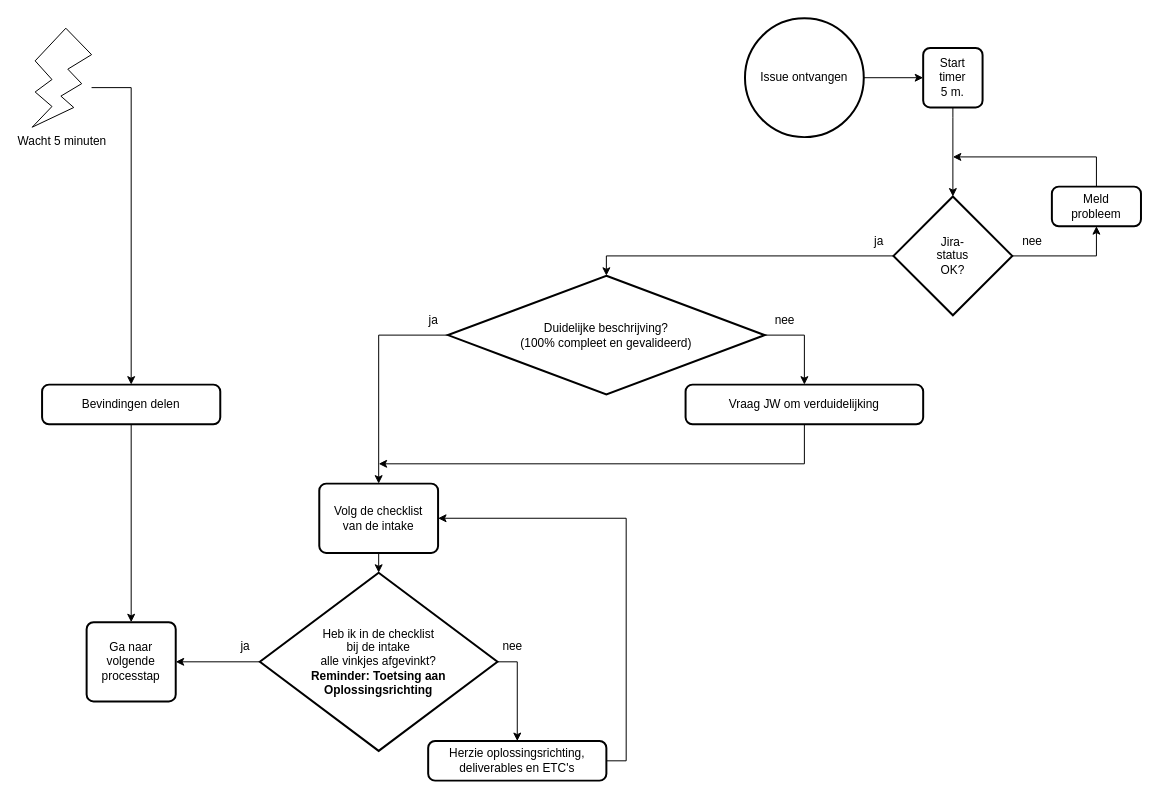
This is 1 Issue Tracker intake.drawio from Zaibatsu89/IssueTracker, a draw.io file, before an edit. Source tidied: cells renumbered, new cells numbered last; positions are measured from the earlier drawing's top-left corner, leaving out a move shared by most shapes. Both pictures are drawn from the tidied source at 99%, with x=0, y=0 at pixel (32, 18).
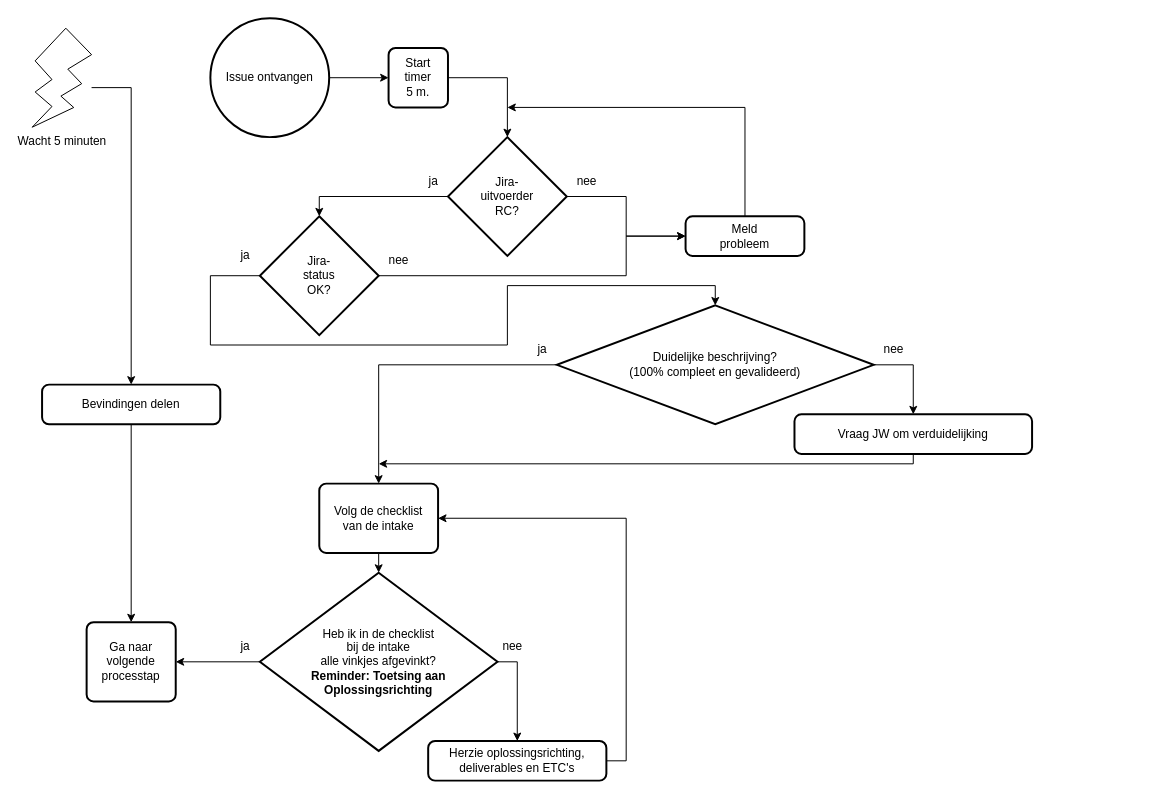
After the change.

Commit message:
Voeg "Jira-uitvoerder RC?" en "Jira-status OK?" of "Meld probleem" toe na "Start timer 5 m." in intake flowchart

The edit, as a diff of the source:
```diff
@@
     <mxCell id="3" value="Issue ontvangen" style="strokeWidth=2;html=1;shape=mxgraph.flowchart.start_2;whiteSpace=wrap;" parent="1" vertex="1">
-      <mxGeometry x="720" width="120" height="120" as="geometry" />
+      <mxGeometry x="180" width="120" height="120" as="geometry" />
     </mxCell>
@@
     <mxCell id="6" value="Duidelijke beschrijving?&lt;br&gt;(100% compleet en gevalideerd)" style="strokeWidth=2;html=1;shape=mxgraph.flowchart.decision;whiteSpace=wrap;" parent="1" vertex="1">
-      <mxGeometry x="420" y="260" width="320" height="120" as="geometry" />
+      <mxGeometry x="530" y="290" width="320" height="120" as="geometry" />
     </mxCell>
-    <mxCell id="7" style="edgeStyle=orthogonalEdgeStyle;rounded=0;jettySize=auto;html=1;" parent="1" edge="1" source="8">
+    <mxCell id="7" style="edgeStyle=orthogonalEdgeStyle;rounded=0;jettySize=auto;html=1;exitX=0.5;exitY=1;exitDx=0;exitDy=0;" parent="1" edge="1" source="8">
       <mxGeometry relative="1" as="geometry">
         <mxPoint x="350" y="450" as="targetPoint" />
         <Array as="points">
-          <mxPoint x="780" y="450" />
-          <mxPoint x="350" y="450" />
+          <mxPoint x="890" y="450" />
         </Array>
       </mxGeometry>
     </mxCell>
     <mxCell id="8" value="Vraag JW om verduidelijking" style="rounded=1;whiteSpace=wrap;html=1;absoluteArcSize=1;arcSize=14;strokeWidth=2;" parent="1" vertex="1">
-      <mxGeometry x="660" y="370" width="240" height="40" as="geometry" />
+      <mxGeometry x="770" y="400" width="240" height="40" as="geometry" />
     </mxCell>
     <mxCell id="9" value="nee" style="text;html=1;align=center;verticalAlign=middle;strokeColor=none;fillColor=none;" parent="1" vertex="1">
-      <mxGeometry x="740" y="290" width="40" height="30" as="geometry" />
+      <mxGeometry x="850" y="320" width="40" height="30" as="geometry" />
     </mxCell>
     <mxCell id="10" value="ja" style="text;html=1;align=center;verticalAlign=middle;strokeColor=none;fillColor=none;" parent="1" vertex="1">
-      <mxGeometry x="390" y="290" width="30" height="30" as="geometry" />
+      <mxGeometry x="500" y="320" width="30" height="30" as="geometry" />
     </mxCell>
@@
-    <mxCell id="25" style="edgeStyle=orthogonalEdgeStyle;rounded=0;jettySize=auto;html=1;exitX=1;exitY=0.5;exitDx=0;exitDy=0;exitPerimeter=0;entryX=0.5;entryY=1;entryDx=0;entryDy=0;" parent="1" edge="1" source="26" target="28">
-      <mxGeometry relative="1" as="geometry" />
+    <mxCell id="25" style="edgeStyle=orthogonalEdgeStyle;rounded=0;jettySize=auto;html=1;exitX=1;exitY=0.5;exitDx=0;exitDy=0;exitPerimeter=0;entryX=0;entryY=0.5;entryDx=0;entryDy=0;" parent="1" edge="1" source="26" target="28">
+      <mxGeometry relative="1" as="geometry">
+        <Array as="points">
+          <mxPoint x="600" y="260" />
+          <mxPoint x="600" y="220" />
+        </Array>
+      </mxGeometry>
     </mxCell>
     <mxCell id="26" value="Jira-&lt;br&gt;status&lt;br&gt;OK?" style="strokeWidth=2;html=1;shape=mxgraph.flowchart.decision;whiteSpace=wrap;" parent="1" vertex="1">
-      <mxGeometry x="870" y="180" width="120" height="120" as="geometry" />
+      <mxGeometry x="230" y="200" width="120" height="120" as="geometry" />
     </mxCell>
-    <mxCell id="27" style="edgeStyle=orthogonalEdgeStyle;rounded=0;jettySize=auto;html=1;exitX=0.5;exitY=0;exitDx=0;exitDy=0;" parent="1" edge="1" source="28">
-      <mxGeometry relative="1" as="geometry">
-        <mxPoint x="930" y="140" as="targetPoint" />
-        <Array as="points">
-          <mxPoint x="1075" y="140" />
-          <mxPoint x="930" y="140" />
-        </Array>
-      </mxGeometry>
-    </mxCell>
+    <mxCell id="35" style="edgeStyle=orthogonalEdgeStyle;rounded=0;jettySize=auto;html=1;exitX=0.5;exitY=0;exitDx=0;exitDy=0;" parent="1" edge="1" source="28">
+      <mxGeometry relative="1" as="geometry">
+        <mxPoint x="480" y="90" as="targetPoint" />
+        <Array as="points">
+          <mxPoint x="720" y="90" />
+        </Array>
+      </mxGeometry>
+    </mxCell>
     <mxCell id="28" value="Meld&lt;br&gt;probleem" style="rounded=1;whiteSpace=wrap;html=1;absoluteArcSize=1;arcSize=14;strokeWidth=2;" parent="1" vertex="1">
-      <mxGeometry x="1030" y="170" width="90" height="40" as="geometry" />
+      <mxGeometry x="660" y="200" width="120" height="40" as="geometry" />
     </mxCell>
     <mxCell id="29" value="nee" style="text;html=1;align=center;verticalAlign=middle;strokeColor=none;fillColor=none;" parent="1" vertex="1">
-      <mxGeometry x="990" y="210" width="40" height="30" as="geometry" />
+      <mxGeometry x="350" y="230" width="40" height="30" as="geometry" />
     </mxCell>
     <mxCell id="30" style="edgeStyle=orthogonalEdgeStyle;rounded=0;jettySize=auto;html=1;exitX=0;exitY=0.5;exitDx=0;exitDy=0;exitPerimeter=0;entryX=0.5;entryY=0;entryDx=0;entryDy=0;entryPerimeter=0;" parent="1" edge="1" source="26" target="6">
-      <mxGeometry relative="1" as="geometry" />
+      <mxGeometry relative="1" as="geometry">
+        <Array as="points">
+          <mxPoint x="180" y="260" />
+          <mxPoint x="180" y="330" />
+          <mxPoint x="480" y="330" />
+          <mxPoint x="480" y="270" />
+          <mxPoint x="690" y="270" />
+        </Array>
+      </mxGeometry>
     </mxCell>
     <mxCell id="31" value="ja" style="text;html=1;align=center;verticalAlign=middle;strokeColor=none;fillColor=none;" parent="1" vertex="1">
-      <mxGeometry x="840" y="210" width="30" height="30" as="geometry" />
+      <mxGeometry x="200" y="225" width="30" height="30" as="geometry" />
     </mxCell>
     <mxCell id="32" value="Start&lt;br&gt;timer&lt;br&gt;5 m." style="rounded=1;whiteSpace=wrap;html=1;absoluteArcSize=1;arcSize=14;strokeWidth=2;" parent="1" vertex="1">
-      <mxGeometry x="900" y="30" width="60" height="60" as="geometry" />
+      <mxGeometry x="360" y="30" width="60" height="60" as="geometry" />
     </mxCell>
-    <mxCell id="33" style="edgeStyle=orthogonalEdgeStyle;rounded=0;jettySize=auto;html=1;exitX=0.5;exitY=1;exitDx=0;exitDy=0;entryX=0.5;entryY=0;entryDx=0;entryDy=0;entryPerimeter=0;" parent="1" edge="1" source="32" target="26">
-      <mxGeometry relative="1" as="geometry">
-        <Array as="points">
-          <mxPoint x="930" y="100" />
-          <mxPoint x="930" y="100" />
-        </Array>
-      </mxGeometry>
-    </mxCell>
@@
+    <mxCell id="36" style="edgeStyle=orthogonalEdgeStyle;rounded=0;jettySize=auto;html=1;exitX=1;exitY=0.5;exitDx=0;exitDy=0;exitPerimeter=0;entryX=0;entryY=0.5;entryDx=0;entryDy=0;" parent="1" edge="1" source="37" target="28">
+      <mxGeometry relative="1" as="geometry">
+        <Array as="points">
+          <mxPoint x="600" y="180" />
+          <mxPoint x="600" y="220" />
+        </Array>
+      </mxGeometry>
+    </mxCell>
+    <mxCell id="37" value="Jira-&lt;br&gt;uitvoerder&lt;br&gt;RC?" style="strokeWidth=2;html=1;shape=mxgraph.flowchart.decision;whiteSpace=wrap;" parent="1" vertex="1">
+      <mxGeometry x="420" y="120" width="120" height="120" as="geometry" />
+    </mxCell>
+    <mxCell id="38" style="edgeStyle=orthogonalEdgeStyle;rounded=0;jettySize=auto;html=1;exitX=1;exitY=0.5;exitDx=0;exitDy=0;entryX=0.5;entryY=0;entryDx=0;entryDy=0;entryPerimeter=0;" parent="1" edge="1" source="32" target="37">
+      <mxGeometry relative="1" as="geometry" />
+    </mxCell>
+    <mxCell id="39" style="edgeStyle=orthogonalEdgeStyle;rounded=0;jettySize=auto;html=1;exitX=0;exitY=0.5;exitDx=0;exitDy=0;exitPerimeter=0;entryX=0.5;entryY=0;entryDx=0;entryDy=0;entryPerimeter=0;" parent="1" edge="1" source="37" target="26">
+      <mxGeometry relative="1" as="geometry" />
+    </mxCell>
+    <mxCell id="40" value="ja" style="text;html=1;align=center;verticalAlign=middle;strokeColor=none;fillColor=none;" parent="1" vertex="1">
+      <mxGeometry x="390" y="150" width="30" height="30" as="geometry" />
+    </mxCell>
+    <mxCell id="41" value="nee" style="text;html=1;align=center;verticalAlign=middle;strokeColor=none;fillColor=none;" parent="1" vertex="1">
+      <mxGeometry x="540" y="150" width="40" height="30" as="geometry" />
+    </mxCell>
```
